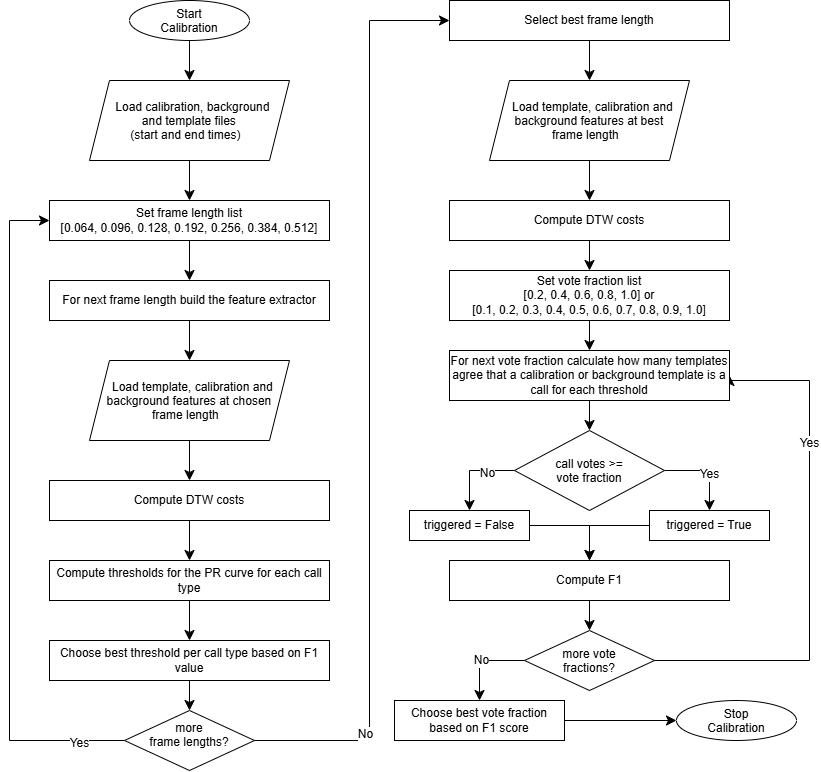
Above: Report/figures/syst_design/calib_des.png in koekiekat/Skripsie (draw.io), before the change. Source tidied: cells renumbered, new cells last; positions are measured from the earlier drawing's top-left corner, leaving out a move shared by most shapes. The source it was exported from:
```xml
<mxGraphModel>
  <root>
    <mxCell id="0" />
    <mxCell id="1" parent="0" />
    <mxCell id="2" value="Yes" style="edgeStyle=orthogonalEdgeStyle;rounded=0;jettySize=auto;html=1;entryX=1;entryY=0.5;entryDx=0;entryDy=0;fontSize=12;startSize=8;endSize=8;exitX=1;exitY=0.5;exitDx=0;exitDy=0;" parent="1" edge="1" source="46" target="33">
      <mxGeometry x="0.43" relative="1" as="geometry">
        <Array as="points">
          <mxPoint x="800" y="660" />
          <mxPoint x="800" y="380" />
          <mxPoint x="720" y="380" />
        </Array>
      </mxGeometry>
    </mxCell>
    <mxCell id="3" style="edgeStyle=none;curved=1;rounded=0;curveGeometry=1;jettySize=auto;html=1;entryX=0.5;entryY=0;entryDx=0;entryDy=0;fontSize=12;startSize=8;endSize=8;" parent="1" edge="1" source="4" target="6">
      <mxGeometry relative="1" as="geometry" />
    </mxCell>
    <mxCell id="4" value="Start Calibration" style="ellipse;whiteSpace=wrap;html=1;shapeInside=1;" parent="1" vertex="1">
      <mxGeometry x="120" width="120" height="40" as="geometry" />
    </mxCell>
    <mxCell id="5" style="edgeStyle=none;curved=1;rounded=0;curveGeometry=1;jettySize=auto;html=1;entryX=0.5;entryY=0;entryDx=0;entryDy=0;fontSize=12;startSize=8;endSize=8;" parent="1" edge="1" source="6" target="8">
      <mxGeometry relative="1" as="geometry" />
    </mxCell>
    <mxCell id="6" value="&lt;div&gt;Load calibration, background and template files&lt;/div&gt;&lt;div&gt;(start and end times)&lt;/div&gt;" style="shape=parallelogram;perimeter=parallelogramPerimeter;whiteSpace=wrap;html=1;shapeInside=1;fixedSize=1;" parent="1" vertex="1">
      <mxGeometry x="80" y="80" width="200" height="80" as="geometry" />
    </mxCell>
    <mxCell id="7" style="edgeStyle=none;curved=1;rounded=0;curveGeometry=1;jettySize=auto;html=1;entryX=0.5;entryY=0;entryDx=0;entryDy=0;fontSize=12;startSize=8;endSize=8;" parent="1" edge="1" source="8" target="10">
      <mxGeometry relative="1" as="geometry" />
    </mxCell>
    <mxCell id="8" value="Set frame length list&lt;div&gt;[0.064, 0.096, 0.128, 0.192, 0.256, 0.384, 0.512]&lt;/div&gt;" style="rounded=0;whiteSpace=wrap;html=1;" parent="1" vertex="1">
      <mxGeometry x="40" y="200" width="280" height="40" as="geometry" />
    </mxCell>
    <mxCell id="9" style="edgeStyle=none;curved=1;rounded=0;curveGeometry=1;jettySize=auto;html=1;entryX=0.5;entryY=0;entryDx=0;entryDy=0;fontSize=12;startSize=8;endSize=8;" parent="1" edge="1" source="10" target="12">
      <mxGeometry relative="1" as="geometry" />
    </mxCell>
    <mxCell id="10" value="For next frame length build the feature extractor" style="rounded=0;whiteSpace=wrap;html=1;" parent="1" vertex="1">
      <mxGeometry x="40" y="280" width="280" height="40" as="geometry" />
    </mxCell>
    <mxCell id="11" style="edgeStyle=none;curved=1;rounded=0;curveGeometry=1;jettySize=auto;html=1;entryX=0.5;entryY=0;entryDx=0;entryDy=0;fontSize=12;startSize=8;endSize=8;" parent="1" edge="1" source="12" target="14">
      <mxGeometry relative="1" as="geometry" />
    </mxCell>
    <mxCell id="12" value="&lt;div&gt;Load template, calibration and background features at chosen frame length&lt;/div&gt;" style="shape=parallelogram;perimeter=parallelogramPerimeter;whiteSpace=wrap;html=1;shapeInside=1;fixedSize=1;" parent="1" vertex="1">
      <mxGeometry x="80" y="360" width="200" height="80" as="geometry" />
    </mxCell>
    <mxCell id="13" style="edgeStyle=none;curved=1;rounded=0;curveGeometry=1;jettySize=auto;html=1;fontSize=12;startSize=8;endSize=8;" parent="1" edge="1" source="14" target="16">
      <mxGeometry relative="1" as="geometry" />
    </mxCell>
    <mxCell id="14" value="Compute DTW costs" style="rounded=0;whiteSpace=wrap;html=1;" parent="1" vertex="1">
      <mxGeometry x="40" y="480" width="280" height="40" as="geometry" />
    </mxCell>
    <mxCell id="15" style="edgeStyle=none;curved=1;rounded=0;curveGeometry=1;jettySize=auto;html=1;fontSize=12;startSize=8;endSize=8;" parent="1" edge="1" source="16" target="18">
      <mxGeometry relative="1" as="geometry" />
    </mxCell>
    <mxCell id="16" value="Compute thresholds for the PR curve for each call type" style="rounded=0;whiteSpace=wrap;html=1;" parent="1" vertex="1">
      <mxGeometry x="40" y="560" width="280" height="40" as="geometry" />
    </mxCell>
    <mxCell id="17" style="edgeStyle=none;curved=1;rounded=0;curveGeometry=1;jettySize=auto;html=1;fontSize=12;startSize=8;endSize=8;" parent="1" edge="1" source="18" target="23">
      <mxGeometry relative="1" as="geometry" />
    </mxCell>
    <mxCell id="18" value="Choose best threshold per call type based on F1 value" style="whiteSpace=wrap;html=1;rounded=0;" parent="1" vertex="1">
      <mxGeometry x="40" y="640" width="280" height="40" as="geometry" />
    </mxCell>
    <mxCell id="19" style="edgeStyle=orthogonalEdgeStyle;rounded=0;jettySize=auto;html=1;entryX=0;entryY=0.5;entryDx=0;entryDy=0;fontSize=12;startSize=8;endSize=8;" parent="1" edge="1" source="23" target="8">
      <mxGeometry relative="1" as="geometry">
        <Array as="points">
          <mxPoint y="740" />
          <mxPoint y="220" />
        </Array>
      </mxGeometry>
    </mxCell>
    <mxCell id="20" value="Yes" style="edgeLabel;html=1;align=center;verticalAlign=middle;fontSize=12;" parent="19" vertex="1">
      <mxGeometry x="-0.86" y="2" relative="1" as="geometry" />
    </mxCell>
    <mxCell id="21" style="edgeStyle=orthogonalEdgeStyle;rounded=0;jettySize=auto;html=1;fontSize=12;startSize=8;endSize=8;entryX=0;entryY=0.5;entryDx=0;entryDy=0;" parent="1" edge="1" source="23" target="25">
      <mxGeometry relative="1" as="geometry">
        <Array as="points">
          <mxPoint x="360" y="740" />
          <mxPoint x="360" y="20" />
        </Array>
      </mxGeometry>
    </mxCell>
    <mxCell id="22" value="No" style="edgeLabel;html=1;align=center;verticalAlign=middle;fontSize=12;" parent="21" vertex="1">
      <mxGeometry x="-0.73" y="5" relative="1" as="geometry" />
    </mxCell>
    <mxCell id="23" value="more frame lengths?" style="rhombus;whiteSpace=wrap;html=1;shapeInside=1;rounded=0;" parent="1" vertex="1">
      <mxGeometry x="115" y="710" width="130" height="60" as="geometry" />
    </mxCell>
    <mxCell id="24" style="edgeStyle=none;curved=1;rounded=0;curveGeometry=1;jettySize=auto;html=1;entryX=0.5;entryY=0;entryDx=0;entryDy=0;fontSize=12;startSize=8;endSize=8;" parent="1" edge="1" source="25" target="27">
      <mxGeometry relative="1" as="geometry" />
    </mxCell>
    <mxCell id="25" value="Select best frame length" style="whiteSpace=wrap;html=1;rounded=0;" parent="1" vertex="1">
      <mxGeometry x="440" width="280" height="40" as="geometry" />
    </mxCell>
    <mxCell id="26" style="edgeStyle=none;curved=1;rounded=0;curveGeometry=1;jettySize=auto;html=1;entryX=0.5;entryY=0;entryDx=0;entryDy=0;fontSize=12;startSize=8;endSize=8;" parent="1" edge="1" source="27" target="29">
      <mxGeometry relative="1" as="geometry" />
    </mxCell>
    <mxCell id="27" value="&lt;div&gt;Load template, calibration and background features at best frame length&lt;/div&gt;" style="shape=parallelogram;perimeter=parallelogramPerimeter;whiteSpace=wrap;html=1;shapeInside=1;fixedSize=1;" parent="1" vertex="1">
      <mxGeometry x="480" y="80" width="200" height="80" as="geometry" />
    </mxCell>
    <mxCell id="28" style="edgeStyle=none;curved=1;rounded=0;curveGeometry=1;jettySize=auto;html=1;entryX=0.5;entryY=0;entryDx=0;entryDy=0;fontSize=12;startSize=8;endSize=8;" parent="1" edge="1" source="29" target="31">
      <mxGeometry relative="1" as="geometry" />
    </mxCell>
    <mxCell id="29" value="Compute DTW costs" style="rounded=0;whiteSpace=wrap;html=1;" parent="1" vertex="1">
      <mxGeometry x="440" y="200" width="280" height="40" as="geometry" />
    </mxCell>
    <mxCell id="30" style="edgeStyle=none;curved=1;rounded=0;curveGeometry=1;jettySize=auto;html=1;fontSize=12;startSize=8;endSize=8;" parent="1" edge="1" source="31" target="33">
      <mxGeometry relative="1" as="geometry" />
    </mxCell>
    <mxCell id="31" value="Set vote fraction list&lt;div&gt;[0.2, 0.4, 0.6, 0.8, 1.0] or&lt;/div&gt;&lt;div&gt;[0.1, 0.2, 0.3, 0.4, 0.5, 0.6, 0.7, 0.8, 0.9, 1.0]&lt;/div&gt;" style="rounded=0;whiteSpace=wrap;html=1;" parent="1" vertex="1">
      <mxGeometry x="440" y="270" width="280" height="50" as="geometry" />
    </mxCell>
    <mxCell id="32" style="edgeStyle=none;curved=1;rounded=0;curveGeometry=1;jettySize=auto;html=1;fontSize=12;startSize=8;endSize=8;" parent="1" edge="1" source="33" target="38">
      <mxGeometry relative="1" as="geometry" />
    </mxCell>
    <mxCell id="33" value="For next vote fraction calculate how many templates agree that a calibration or background template is a call for each threshold" style="whiteSpace=wrap;html=1;rounded=0;" parent="1" vertex="1">
      <mxGeometry x="440" y="350" width="280" height="50" as="geometry" />
    </mxCell>
    <mxCell id="34" style="edgeStyle=orthogonalEdgeStyle;rounded=0;jettySize=auto;html=1;fontSize=12;startSize=8;endSize=8;exitX=1;exitY=0.5;exitDx=0;exitDy=0;" parent="1" edge="1" source="38" target="40">
      <mxGeometry relative="1" as="geometry" />
    </mxCell>
    <mxCell id="35" value="Yes" style="edgeLabel;html=1;align=center;verticalAlign=middle;fontSize=12;" parent="34" vertex="1">
      <mxGeometry x="0.03" y="-3" relative="1" as="geometry" />
    </mxCell>
    <mxCell id="36" style="edgeStyle=orthogonalEdgeStyle;rounded=0;jettySize=auto;html=1;fontSize=12;startSize=8;endSize=8;exitX=0;exitY=0.5;exitDx=0;exitDy=0;" parent="1" edge="1" source="38" target="42">
      <mxGeometry relative="1" as="geometry" />
    </mxCell>
    <mxCell id="37" value="No" style="edgeLabel;html=1;align=center;verticalAlign=middle;fontSize=12;" parent="36" vertex="1">
      <mxGeometry x="-0.35" y="2" relative="1" as="geometry" />
    </mxCell>
    <mxCell id="38" value="call votes &amp;gt;= vote fraction" style="rhombus;whiteSpace=wrap;html=1;shapeInside=1;rounded=0;" parent="1" vertex="1">
      <mxGeometry x="505" y="430" width="150" height="80" as="geometry" />
    </mxCell>
    <mxCell id="39" style="edgeStyle=orthogonalEdgeStyle;rounded=0;jettySize=auto;html=1;entryX=0.5;entryY=0;entryDx=0;entryDy=0;fontSize=12;startSize=8;endSize=8;exitX=0;exitY=0.5;exitDx=0;exitDy=0;" parent="1" edge="1" source="40" target="44">
      <mxGeometry relative="1" as="geometry" />
    </mxCell>
    <mxCell id="40" value="triggered = True" style="whiteSpace=wrap;html=1;rounded=0;" parent="1" vertex="1">
      <mxGeometry x="640" y="510" width="120" height="30" as="geometry" />
    </mxCell>
    <mxCell id="41" style="edgeStyle=orthogonalEdgeStyle;rounded=0;jettySize=auto;html=1;fontSize=12;startSize=8;endSize=8;exitX=1;exitY=0.5;exitDx=0;exitDy=0;" parent="1" edge="1" source="42" target="44">
      <mxGeometry relative="1" as="geometry" />
    </mxCell>
    <mxCell id="42" value="triggered = False" style="whiteSpace=wrap;html=1;rounded=0;" parent="1" vertex="1">
      <mxGeometry x="400" y="510" width="120" height="30" as="geometry" />
    </mxCell>
    <mxCell id="43" style="edgeStyle=none;curved=1;rounded=0;curveGeometry=1;jettySize=auto;html=1;entryX=0.5;entryY=0;entryDx=0;entryDy=0;fontSize=12;startSize=8;endSize=8;" parent="1" edge="1" source="44" target="46">
      <mxGeometry relative="1" as="geometry" />
    </mxCell>
    <mxCell id="44" value="Compute F1" style="whiteSpace=wrap;html=1;rounded=0;" parent="1" vertex="1">
      <mxGeometry x="440" y="560" width="280" height="40" as="geometry" />
    </mxCell>
    <mxCell id="45" value="No" style="edgeStyle=orthogonalEdgeStyle;rounded=0;jettySize=auto;html=1;fontSize=12;startSize=8;endSize=8;exitX=0;exitY=0.5;exitDx=0;exitDy=0;" parent="1" edge="1" source="46" target="48">
      <mxGeometry relative="1" as="geometry" />
    </mxCell>
    <mxCell id="46" value="more vote fractions?" style="rhombus;whiteSpace=wrap;html=1;shapeInside=1;rounded=0;" parent="1" vertex="1">
      <mxGeometry x="515" y="630" width="130" height="60" as="geometry" />
    </mxCell>
    <mxCell id="47" style="edgeStyle=none;curved=1;rounded=0;curveGeometry=1;jettySize=auto;html=1;entryX=0;entryY=0.5;entryDx=0;entryDy=0;fontSize=12;startSize=8;endSize=8;" parent="1" edge="1" source="48" target="49">
      <mxGeometry relative="1" as="geometry" />
    </mxCell>
    <mxCell id="48" value="Choose best vote fraction based on F1 score" style="whiteSpace=wrap;html=1;rounded=0;" parent="1" vertex="1">
      <mxGeometry x="385" y="700" width="170" height="40" as="geometry" />
    </mxCell>
    <mxCell id="49" value="Stop Calibration" style="ellipse;whiteSpace=wrap;html=1;shapeInside=1;" parent="1" vertex="1">
      <mxGeometry x="667" y="700" width="120" height="40" as="geometry" />
    </mxCell>
  </root>
</mxGraphModel>
```
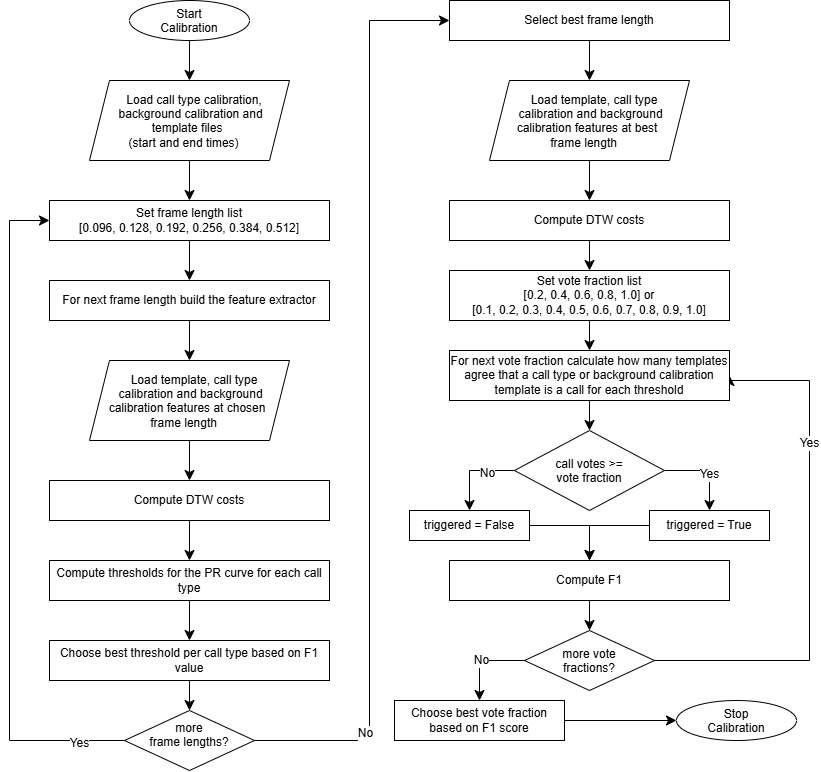
After the change.

What changed in the source:
```diff
@@ -20,13 +20,13 @@
     <mxCell id="5" style="edgeStyle=none;curved=1;rounded=0;curveGeometry=1;jettySize=auto;html=1;entryX=0.5;entryY=0;entryDx=0;entryDy=0;fontSize=12;startSize=8;endSize=8;" parent="1" edge="1" source="6" target="8">
       <mxGeometry relative="1" as="geometry" />
     </mxCell>
-    <mxCell id="6" value="&lt;div&gt;Load calibration, background and template files&lt;/div&gt;&lt;div&gt;(start and end times)&lt;/div&gt;" style="shape=parallelogram;perimeter=parallelogramPerimeter;whiteSpace=wrap;html=1;shapeInside=1;fixedSize=1;" parent="1" vertex="1">
+    <mxCell id="6" value="&lt;div&gt;Load call type calibration, background calibration and template files&lt;/div&gt;&lt;div&gt;(start and end times)&lt;/div&gt;" style="shape=parallelogram;perimeter=parallelogramPerimeter;whiteSpace=wrap;html=1;shapeInside=1;fixedSize=1;" parent="1" vertex="1">
       <mxGeometry x="80" y="80" width="200" height="80" as="geometry" />
     </mxCell>
     <mxCell id="7" style="edgeStyle=none;curved=1;rounded=0;curveGeometry=1;jettySize=auto;html=1;entryX=0.5;entryY=0;entryDx=0;entryDy=0;fontSize=12;startSize=8;endSize=8;" parent="1" edge="1" source="8" target="10">
       <mxGeometry relative="1" as="geometry" />
     </mxCell>
-    <mxCell id="8" value="Set frame length list&lt;div&gt;[0.064, 0.096, 0.128, 0.192, 0.256, 0.384, 0.512]&lt;/div&gt;" style="rounded=0;whiteSpace=wrap;html=1;" parent="1" vertex="1">
+    <mxCell id="8" value="Set frame length list&lt;div&gt;[0.096, 0.128, 0.192, 0.256, 0.384, 0.512]&lt;/div&gt;" style="rounded=0;whiteSpace=wrap;html=1;" parent="1" vertex="1">
       <mxGeometry x="40" y="200" width="280" height="40" as="geometry" />
     </mxCell>
     <mxCell id="9" style="edgeStyle=none;curved=1;rounded=0;curveGeometry=1;jettySize=auto;html=1;entryX=0.5;entryY=0;entryDx=0;entryDy=0;fontSize=12;startSize=8;endSize=8;" parent="1" edge="1" source="10" target="12">
@@ -38,7 +38,7 @@
     <mxCell id="11" style="edgeStyle=none;curved=1;rounded=0;curveGeometry=1;jettySize=auto;html=1;entryX=0.5;entryY=0;entryDx=0;entryDy=0;fontSize=12;startSize=8;endSize=8;" parent="1" edge="1" source="12" target="14">
       <mxGeometry relative="1" as="geometry" />
     </mxCell>
-    <mxCell id="12" value="&lt;div&gt;Load template, calibration and background features at chosen frame length&lt;/div&gt;" style="shape=parallelogram;perimeter=parallelogramPerimeter;whiteSpace=wrap;html=1;shapeInside=1;fixedSize=1;" parent="1" vertex="1">
+    <mxCell id="12" value="&lt;div&gt;Load template, call type calibration and background calibration features at chosen frame length&lt;/div&gt;" style="shape=parallelogram;perimeter=parallelogramPerimeter;whiteSpace=wrap;html=1;shapeInside=1;fixedSize=1;" parent="1" vertex="1">
       <mxGeometry x="80" y="360" width="200" height="80" as="geometry" />
     </mxCell>
     <mxCell id="13" style="edgeStyle=none;curved=1;rounded=0;curveGeometry=1;jettySize=auto;html=1;fontSize=12;startSize=8;endSize=8;" parent="1" edge="1" source="14" target="16">
@@ -93,7 +93,7 @@
     <mxCell id="26" style="edgeStyle=none;curved=1;rounded=0;curveGeometry=1;jettySize=auto;html=1;entryX=0.5;entryY=0;entryDx=0;entryDy=0;fontSize=12;startSize=8;endSize=8;" parent="1" edge="1" source="27" target="29">
       <mxGeometry relative="1" as="geometry" />
     </mxCell>
-    <mxCell id="27" value="&lt;div&gt;Load template, calibration and background features at best frame length&lt;/div&gt;" style="shape=parallelogram;perimeter=parallelogramPerimeter;whiteSpace=wrap;html=1;shapeInside=1;fixedSize=1;" parent="1" vertex="1">
+    <mxCell id="27" value="&lt;div&gt;Load template, call type calibration and background calibration features at best frame length&lt;/div&gt;" style="shape=parallelogram;perimeter=parallelogramPerimeter;whiteSpace=wrap;html=1;shapeInside=1;fixedSize=1;" parent="1" vertex="1">
       <mxGeometry x="480" y="80" width="200" height="80" as="geometry" />
     </mxCell>
     <mxCell id="28" style="edgeStyle=none;curved=1;rounded=0;curveGeometry=1;jettySize=auto;html=1;entryX=0.5;entryY=0;entryDx=0;entryDy=0;fontSize=12;startSize=8;endSize=8;" parent="1" edge="1" source="29" target="31">
@@ -111,7 +111,7 @@
     <mxCell id="32" style="edgeStyle=none;curved=1;rounded=0;curveGeometry=1;jettySize=auto;html=1;fontSize=12;startSize=8;endSize=8;" parent="1" edge="1" source="33" target="38">
       <mxGeometry relative="1" as="geometry" />
     </mxCell>
-    <mxCell id="33" value="For next vote fraction calculate how many templates agree that a calibration or background template is a call for each threshold" style="whiteSpace=wrap;html=1;rounded=0;" parent="1" vertex="1">
+    <mxCell id="33" value="For next vote fraction calculate how many templates agree that a call type or background calibration template is a call for each threshold" style="whiteSpace=wrap;html=1;rounded=0;" parent="1" vertex="1">
       <mxGeometry x="440" y="350" width="280" height="50" as="geometry" />
     </mxCell>
     <mxCell id="34" style="edgeStyle=orthogonalEdgeStyle;rounded=0;jettySize=auto;html=1;fontSize=12;startSize=8;endSize=8;exitX=1;exitY=0.5;exitDx=0;exitDy=0;" parent="1" edge="1" source="38" target="40">
```
